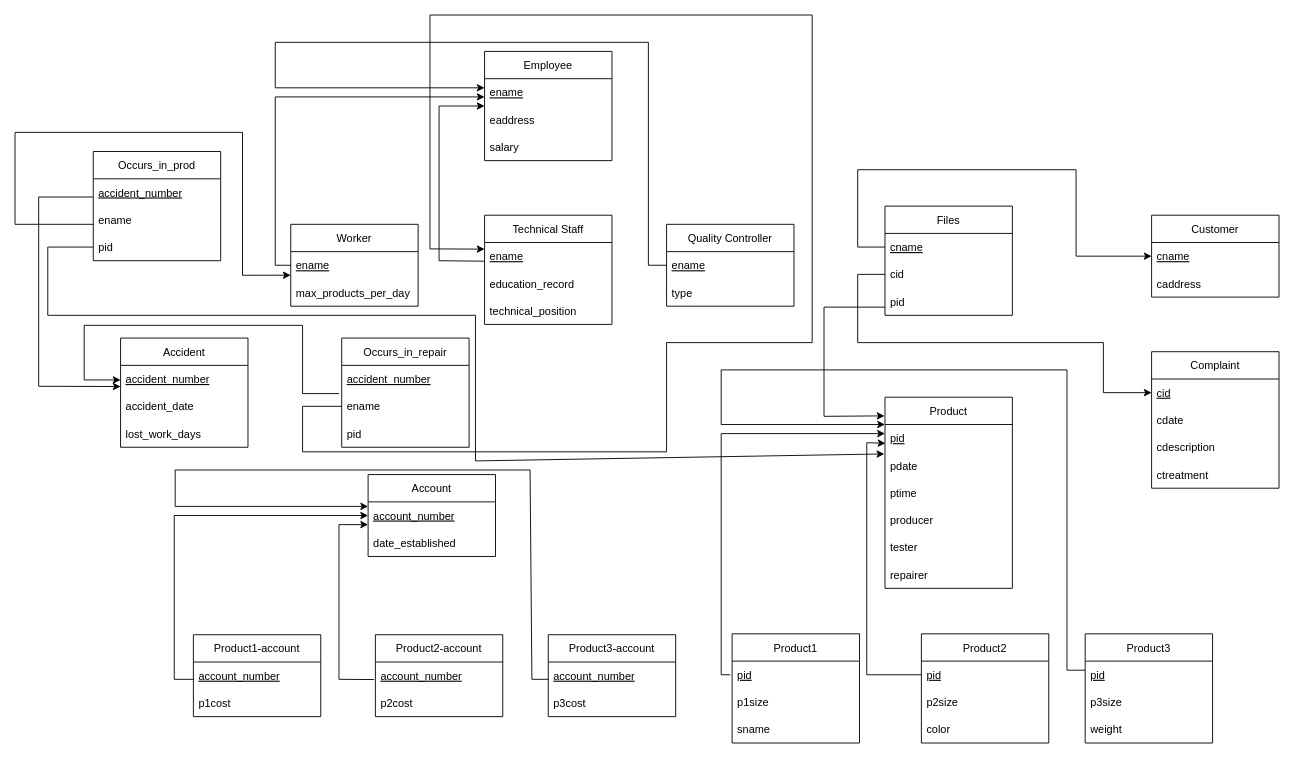
This is schema_diagram.drawio from starrycode/ER-Diagrams, a draw.io file, before an edit. Source tidied: cells renumbered, new cells numbered last; positions are measured from the earlier drawing's top-left corner, leaving out a move shared by most shapes. Both pictures are drawn from the tidied source at 91%, with x=0, y=0 at pixel (15, 15).
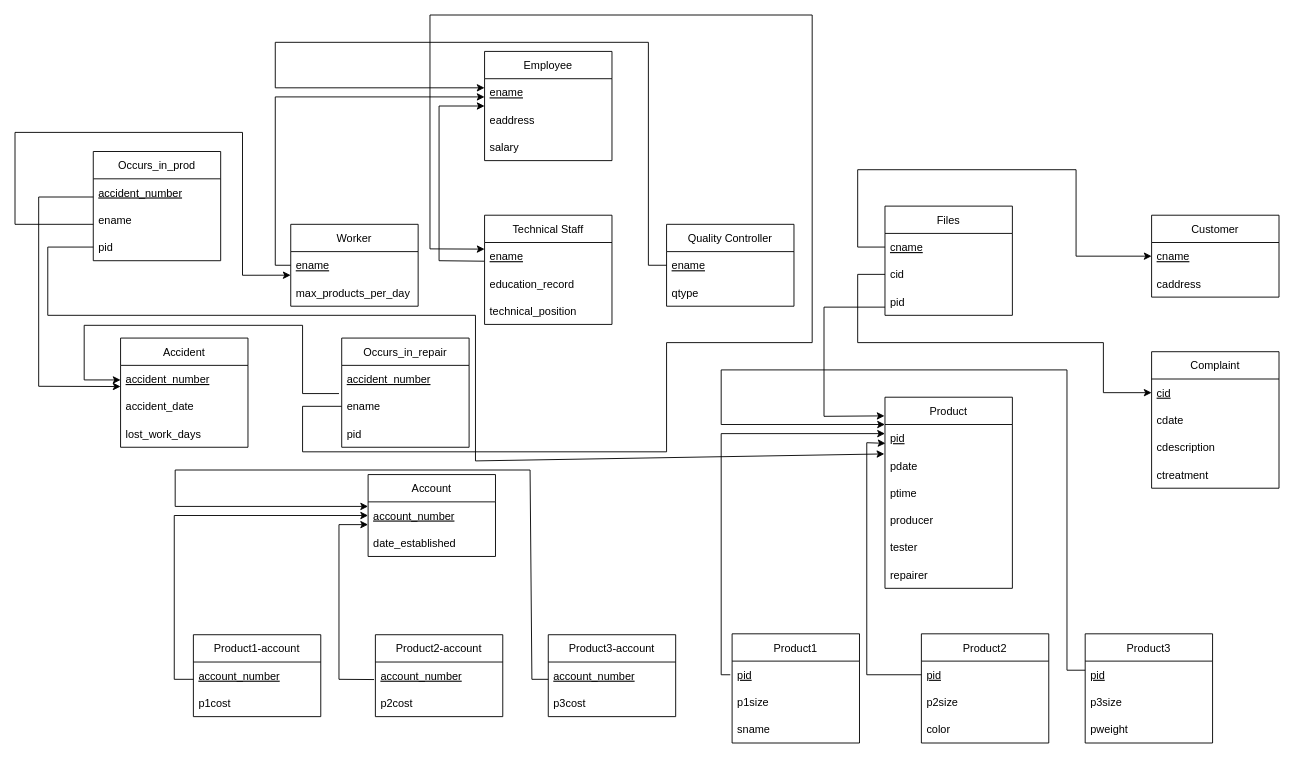
After the change.

Unchanged cells that the change refers to:
```xml
<mxCell id="43" value="Product3" style="swimlane;fontStyle=0;horizontal=1;startSize=30;" parent="1" vertex="1">
  <mxGeometry x="1176" y="680" width="140" height="120" as="geometry" />
</mxCell>
<mxCell id="52" value="Quality Controller" style="swimlane;fontStyle=0;horizontal=1;startSize=30;" parent="1" vertex="1">
  <mxGeometry x="716" y="230" width="140" height="90" as="geometry" />
</mxCell>
```

What changed in the source:
```diff
@@
-    <mxCell id="46" value="weight" style="text;strokeColor=none;fillColor=none;align=left;verticalAlign=middle;spacingLeft=4;spacingRight=4;overflow=hidden;fontStyle=0;" parent="43" vertex="1">
+    <mxCell id="46" value="pweight" style="text;strokeColor=none;fillColor=none;align=left;verticalAlign=middle;spacingLeft=4;spacingRight=4;overflow=hidden;fontStyle=0;" parent="43" vertex="1">
       <mxGeometry y="90" width="140" height="30" as="geometry" />
     </mxCell>
@@
-    <mxCell id="54" value="type" style="text;strokeColor=none;fillColor=none;align=left;verticalAlign=middle;spacingLeft=4;spacingRight=4;overflow=hidden;" parent="52" vertex="1">
+    <mxCell id="54" value="qtype" style="text;strokeColor=none;fillColor=none;align=left;verticalAlign=middle;spacingLeft=4;spacingRight=4;overflow=hidden;" parent="52" vertex="1">
       <mxGeometry y="60" width="140" height="30" as="geometry" />
     </mxCell>
```
